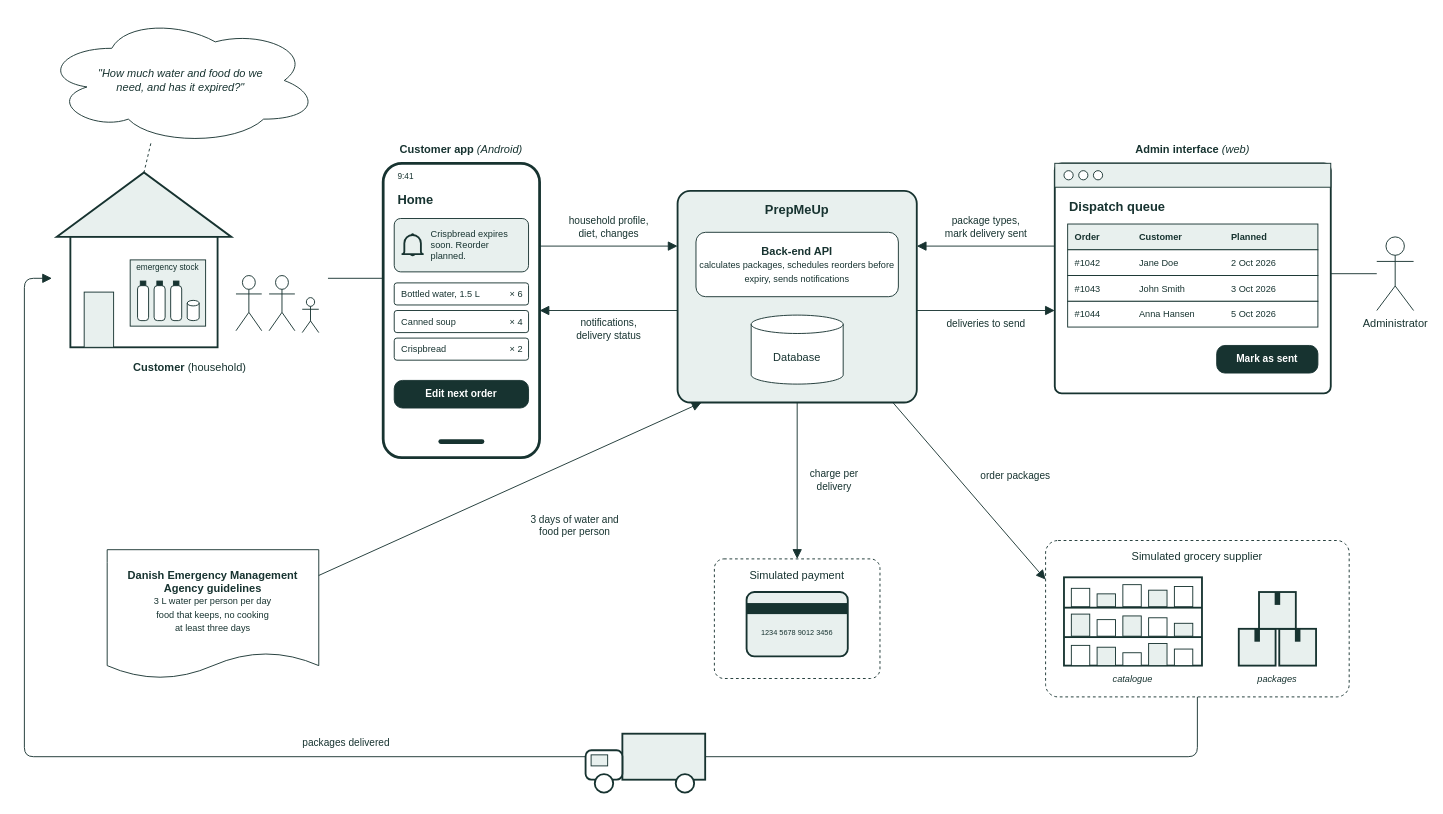
Above: docs/assets/drawio/rich-picture.drawio in Mosekjaer/prepmeup (draw.io), before the change. Source tidied: cells renumbered, new cells numbered last; positions are measured from the earlier drawing's top-left corner, leaving out a move shared by most shapes. Both pictures are drawn from the tidied source at 92%, with x=0, y=0 at pixel (24, 16).
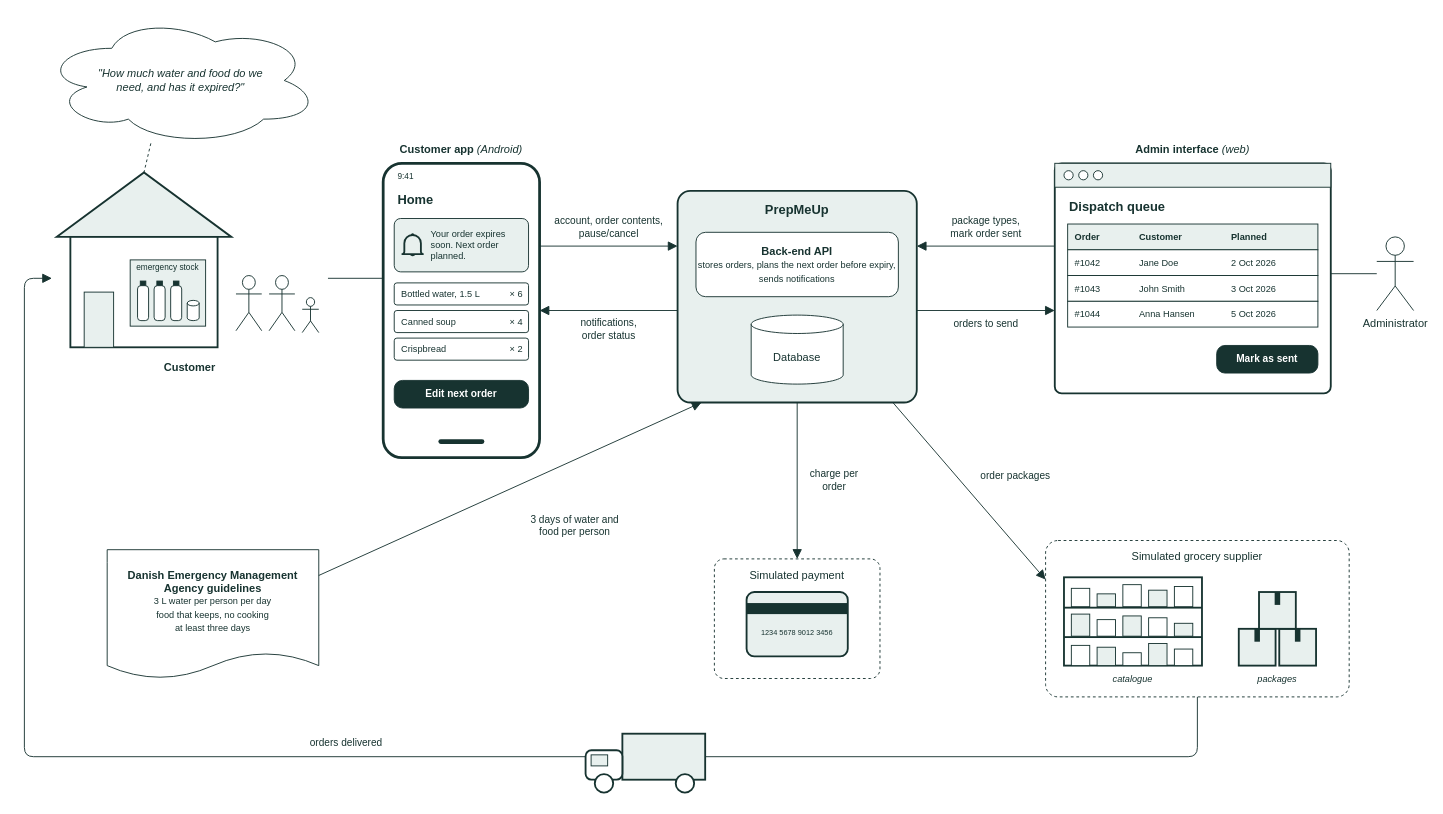
The same diagram, later.

Commit message (it also covers changes not shown here):
docs: update rich picture to orders and package types

The change refers to these unchanged cells:
```xml
<mxCell id="3" style="rounded=0;html=1;fillColor=none;strokeColor=none;" parent="1" vertex="1">
  <mxGeometry x="30" y="170" width="300" height="230" as="geometry" />
</mxCell>
<mxCell id="21" style="html=1;strokeColor=#173330;fontColor=#173330;rounded=1;arcSize=12;fillColor=#FFFFFF;strokeWidth=3;" parent="1" vertex="1">
  <mxGeometry x="390" y="160" width="170" height="320" as="geometry" />
</mxCell>
<mxCell id="38" value="PrepMeUp" style="html=1;strokeColor=#173330;fontColor=#173330;whiteSpace=wrap;rounded=1;arcSize=6;fillColor=#E8F0EE;strokeWidth=2;fontSize=14;fontStyle=1;verticalAlign=top;spacingTop=6;" parent="1" vertex="1">
  <mxGeometry x="710" y="190" width="260" height="230" as="geometry" />
</mxCell>
<mxCell id="42" style="html=1;strokeColor=#173330;fontColor=#173330;rounded=1;arcSize=3;fillColor=#FFFFFF;strokeWidth=2;" parent="1" vertex="1">
  <mxGeometry x="1120" y="160" width="300" height="250" as="geometry" />
</mxCell>
<mxCell id="67" value="Simulated payment" style="html=1;strokeColor=#173330;fontColor=#173330;whiteSpace=wrap;rounded=1;arcSize=8;dashed=1;fillColor=#FFFFFF;fontSize=12;verticalAlign=top;spacingTop=4;" parent="1" vertex="1">
  <mxGeometry x="750" y="590" width="180" height="130" as="geometry" />
</mxCell>
```

What changed in the source:
```diff
@@
-    <mxCell id="19" value="&lt;b&gt;Customer&lt;/b&gt; (household)" style="text;html=1;strokeColor=none;fillColor=none;fontColor=#173330;whiteSpace=wrap;fontSize=12;align=center;verticalAlign=middle;" parent="3" vertex="1">
+    <mxCell id="19" value="&lt;b&gt;Customer&lt;/b&gt;" style="text;html=1;strokeColor=none;fillColor=none;fontColor=#173330;whiteSpace=wrap;fontSize=12;align=center;verticalAlign=middle;" parent="3" vertex="1">
       <mxGeometry y="200" width="300" height="24" as="geometry" />
     </mxCell>
@@
-    <mxCell id="26" value="Crispbread expires soon. Reorder planned." style="text;html=1;strokeColor=none;fillColor=none;fontColor=#173330;whiteSpace=wrap;fontSize=10;align=left;verticalAlign=middle;" parent="21" vertex="1">
+    <mxCell id="26" value="Your order expires soon. Next order planned." style="text;html=1;strokeColor=none;fillColor=none;fontColor=#173330;whiteSpace=wrap;fontSize=10;align=left;verticalAlign=middle;" parent="21" vertex="1">
       <mxGeometry x="50" y="62" width="104" height="54" as="geometry" />
     </mxCell>
@@
-    <mxCell id="39" value="&lt;b&gt;Back-end API&lt;/b&gt;&lt;br&gt;&lt;font style=&quot;font-size:10px&quot;&gt;calculates packages, schedules reorders before expiry, sends notifications&lt;/font&gt;" style="html=1;strokeColor=#173330;fontColor=#173330;whiteSpace=wrap;rounded=1;fillColor=#FFFFFF;fontSize=12;" parent="38" vertex="1">
+    <mxCell id="39" value="&lt;b&gt;Back-end API&lt;/b&gt;&lt;br&gt;&lt;font style=&quot;font-size:10px&quot;&gt;stores orders, plans the next order before expiry, sends notifications&lt;/font&gt;" style="html=1;strokeColor=#173330;fontColor=#173330;whiteSpace=wrap;rounded=1;fillColor=#FFFFFF;fontSize=12;" parent="38" vertex="1">
       <mxGeometry x="20" y="45" width="220" height="70" as="geometry" />
     </mxCell>
@@
-    <mxCell id="104" value="packages delivered" style="text;html=1;strokeColor=none;fillColor=none;fontColor=#173330;whiteSpace=wrap;fontSize=11;align=center;verticalAlign=middle;" parent="1" vertex="1">
+    <mxCell id="104" value="orders delivered" style="text;html=1;strokeColor=none;fillColor=none;fontColor=#173330;whiteSpace=wrap;fontSize=11;align=center;verticalAlign=middle;" parent="1" vertex="1">
       <mxGeometry x="270" y="780" width="160" height="20" as="geometry" />
     </mxCell>
@@
-    <mxCell id="108" value="household profile,&lt;br&gt;diet, changes" style="html=1;strokeColor=#173330;fontColor=#173330;endArrow=block;endSize=8;fontSize=11;labelBackgroundColor=none;exitX=1;exitY=0.28125;exitDx=0;exitDy=0;entryX=0;entryY=0.26087;entryDx=0;entryDy=0;" parent="1" edge="1" source="21" target="38">
+    <mxCell id="108" value="account, order contents,&lt;br&gt;pause/cancel" style="html=1;strokeColor=#173330;fontColor=#173330;endArrow=block;endSize=8;fontSize=11;labelBackgroundColor=none;exitX=1;exitY=0.28125;exitDx=0;exitDy=0;entryX=0;entryY=0.26087;entryDx=0;entryDy=0;" parent="1" edge="1" source="21" target="38">
       <mxGeometry relative="1" as="geometry">
         <mxPoint y="-20" as="offset" />
       </mxGeometry>
     </mxCell>
-    <mxCell id="109" value="notifications,&lt;br&gt;delivery status" style="html=1;strokeColor=#173330;fontColor=#173330;endArrow=block;endSize=8;fontSize=11;labelBackgroundColor=none;exitX=0;exitY=0.56522;exitDx=0;exitDy=0;entryX=1;entryY=0.5;entryDx=0;entryDy=0;" parent="1" edge="1" source="38" target="21">
+    <mxCell id="109" value="notifications,&lt;br&gt;order status" style="html=1;strokeColor=#173330;fontColor=#173330;endArrow=block;endSize=8;fontSize=11;labelBackgroundColor=none;exitX=0;exitY=0.56522;exitDx=0;exitDy=0;entryX=1;entryY=0.5;entryDx=0;entryDy=0;" parent="1" edge="1" source="38" target="21">
       <mxGeometry relative="1" as="geometry">
         <mxPoint y="20" as="offset" />
       </mxGeometry>
     </mxCell>
-    <mxCell id="110" value="package types,&lt;br&gt;mark delivery sent" style="html=1;strokeColor=#173330;fontColor=#173330;endArrow=block;endSize=8;fontSize=11;labelBackgroundColor=none;exitX=0;exitY=0.36;exitDx=0;exitDy=0;entryX=1;entryY=0.26087;entryDx=0;entryDy=0;" parent="1" edge="1" source="42" target="38">
+    <mxCell id="110" value="package types,&lt;br&gt;mark order sent" style="html=1;strokeColor=#173330;fontColor=#173330;endArrow=block;endSize=8;fontSize=11;labelBackgroundColor=none;exitX=0;exitY=0.36;exitDx=0;exitDy=0;entryX=1;entryY=0.26087;entryDx=0;entryDy=0;" parent="1" edge="1" source="42" target="38">
       <mxGeometry relative="1" as="geometry">
         <mxPoint y="-20" as="offset" />
       </mxGeometry>
     </mxCell>
-    <mxCell id="111" value="deliveries to send" style="html=1;strokeColor=#173330;fontColor=#173330;endArrow=block;endSize=8;fontSize=11;labelBackgroundColor=none;exitX=1;exitY=0.56522;exitDx=0;exitDy=0;entryX=0;entryY=0.64;entryDx=0;entryDy=0;" parent="1" edge="1" source="38" target="42">
+    <mxCell id="111" value="orders to send" style="html=1;strokeColor=#173330;fontColor=#173330;endArrow=block;endSize=8;fontSize=11;labelBackgroundColor=none;exitX=1;exitY=0.56522;exitDx=0;exitDy=0;entryX=0;entryY=0.64;entryDx=0;entryDy=0;" parent="1" edge="1" source="38" target="42">
       <mxGeometry relative="1" as="geometry">
         <mxPoint y="14" as="offset" />
       </mxGeometry>
     </mxCell>
@@
-    <mxCell id="113" value="charge per&lt;br&gt;delivery" style="html=1;strokeColor=#173330;fontColor=#173330;endArrow=block;endSize=8;fontSize=11;labelBackgroundColor=none;exitX=0.5;exitY=1;exitDx=0;exitDy=0;entryX=0.5;entryY=0;entryDx=0;entryDy=0;" parent="1" edge="1" source="38" target="67">
+    <mxCell id="113" value="charge per&lt;br&gt;order" style="html=1;strokeColor=#173330;fontColor=#173330;endArrow=block;endSize=8;fontSize=11;labelBackgroundColor=none;exitX=0.5;exitY=1;exitDx=0;exitDy=0;entryX=0.5;entryY=0;entryDx=0;entryDy=0;" parent="1" edge="1" source="38" target="67">
       <mxGeometry relative="1" as="geometry">
         <mxPoint x="40" as="offset" />
       </mxGeometry>
     </mxCell>
```
